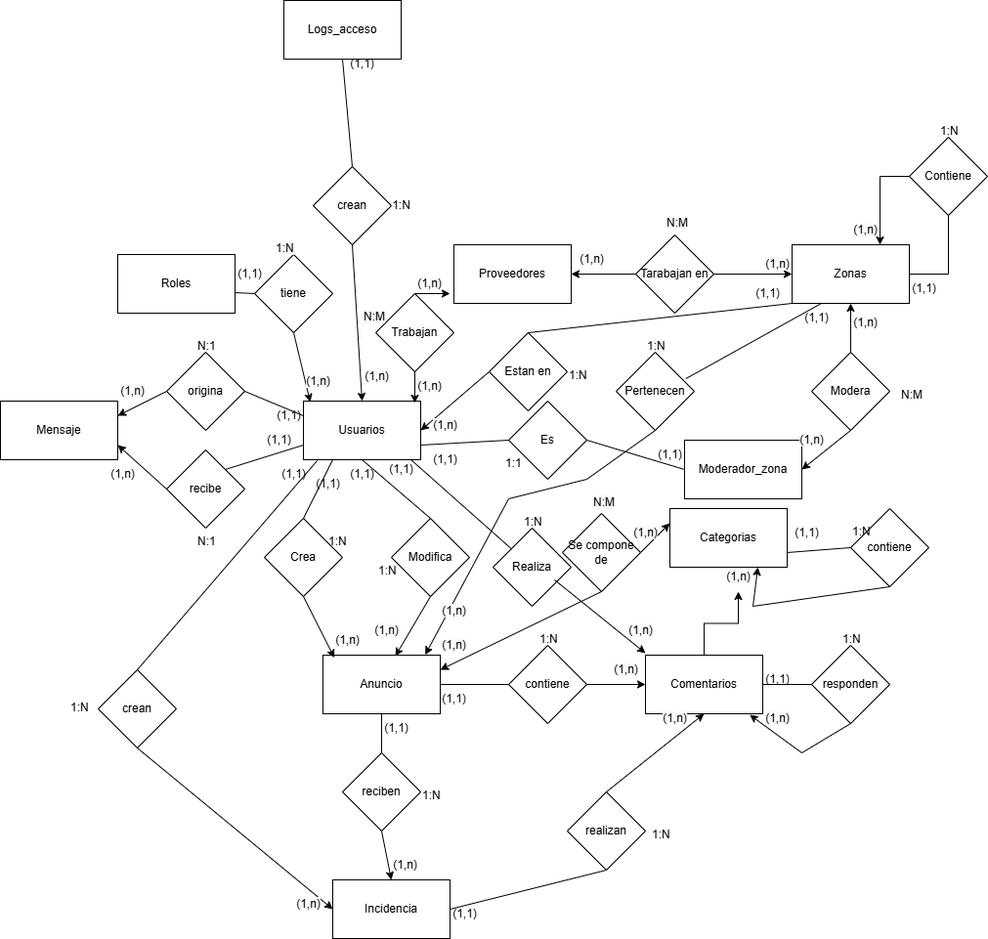
Above: sql/daw_proyectoD.png in EPSZ-DAW2/daw2-2024-25_D_ofertas_y_chollos (draw.io), before the change. Source tidied: cells renumbered, new cells last; positions are measured from the earlier drawing's top-left corner, leaving out a move shared by most shapes.
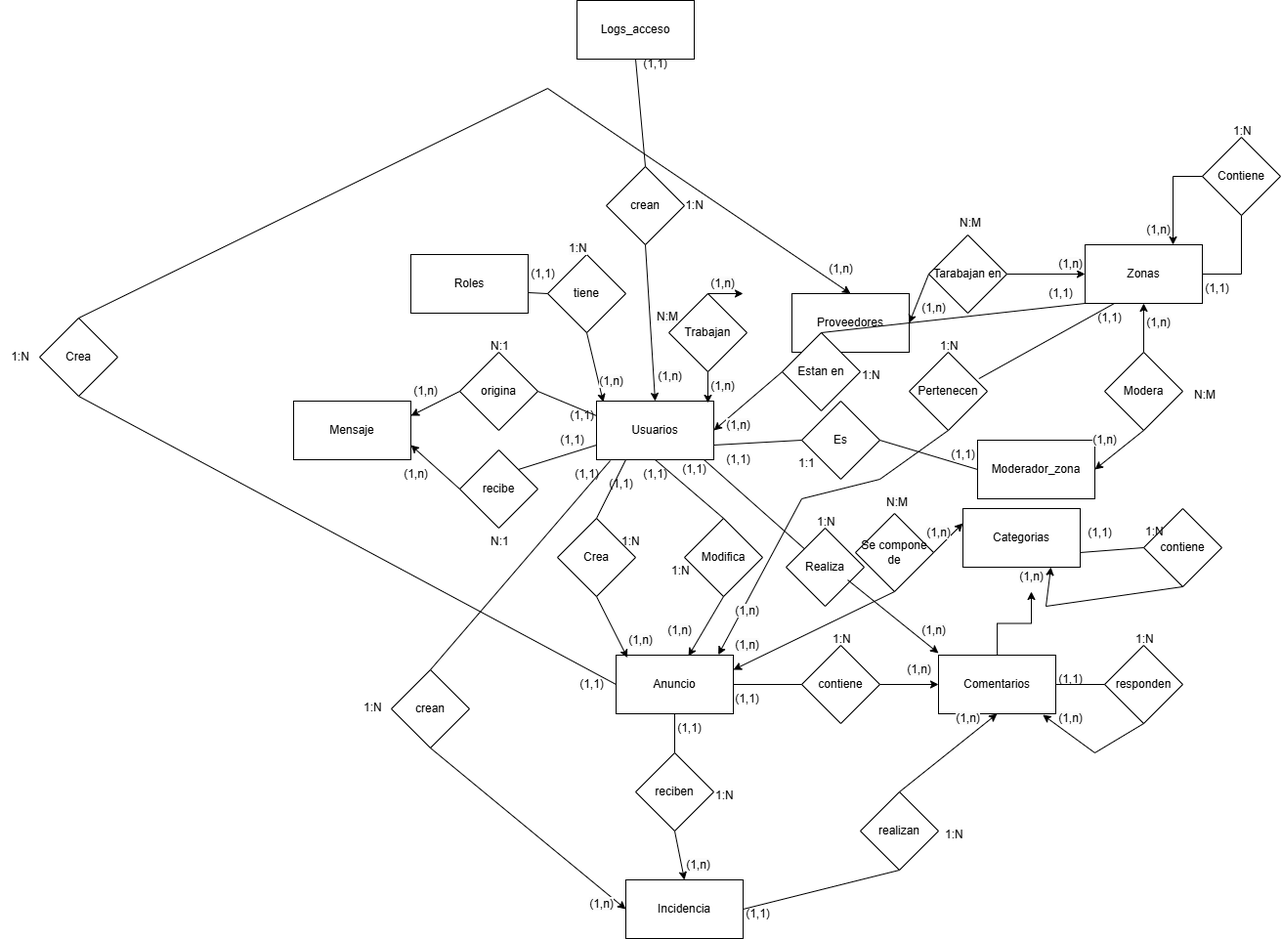
Later version of the same file.

Diff of the diagram source:
```diff
@@ -18,7 +18,7 @@
       <mxGeometry relative="1" as="geometry" />
     </mxCell>
     <mxCell id="7" value="Proveedores" style="rounded=0;whiteSpace=wrap;html=1;" parent="1" vertex="1">
-      <mxGeometry x="464" y="250" width="120" height="60" as="geometry" />
+      <mxGeometry x="510" y="300" width="120" height="60" as="geometry" />
     </mxCell>
     <mxCell id="8" value="Trabajan" style="rhombus;whiteSpace=wrap;html=1;" parent="1" vertex="1">
       <mxGeometry x="384" y="300" width="80" height="80" as="geometry" />
@@ -347,7 +347,7 @@
       <mxGeometry x="300" y="375" width="50" height="30" as="geometry" />
     </mxCell>
     <mxCell id="109" value="&lt;span style=&quot;color: rgb(0, 0, 0); font-family: Helvetica; font-size: 12px; font-style: normal; font-variant-ligatures: normal; font-variant-caps: normal; font-weight: 400; letter-spacing: normal; orphans: 2; text-align: center; text-indent: 0px; text-transform: none; widows: 2; word-spacing: 0px; -webkit-text-stroke-width: 0px; white-space: nowrap; background-color: rgb(251, 251, 251); text-decoration-thickness: initial; text-decoration-style: initial; text-decoration-color: initial; display: inline !important; float: none;&quot;&gt;(1,n)&lt;/span&gt;" style="text;html=1;align=center;verticalAlign=middle;strokeColor=none;fillColor=none;" parent="1" vertex="1">
-      <mxGeometry x="580" y="250" width="50" height="30" as="geometry" />
+      <mxGeometry x="535" y="260" width="50" height="30" as="geometry" />
     </mxCell>
     <mxCell id="110" value="&lt;span style=&quot;color: rgb(0, 0, 0); font-family: Helvetica; font-size: 12px; font-style: normal; font-variant-ligatures: normal; font-variant-caps: normal; font-weight: 400; letter-spacing: normal; orphans: 2; text-align: center; text-indent: 0px; text-transform: none; widows: 2; word-spacing: 0px; -webkit-text-stroke-width: 0px; white-space: nowrap; background-color: rgb(251, 251, 251); text-decoration-thickness: initial; text-decoration-style: initial; text-decoration-color: initial; display: inline !important; float: none;&quot;&gt;(1,n)&lt;/span&gt;" style="text;html=1;align=center;verticalAlign=middle;strokeColor=none;fillColor=none;" parent="1" vertex="1">
       <mxGeometry x="330" y="640" width="50" height="30" as="geometry" />
@@ -439,5 +439,27 @@
     <mxCell id="139" value="&lt;div style=&quot;text-align: center;&quot;&gt;&lt;span style=&quot;text-wrap-mode: nowrap;&quot;&gt;1:N&lt;/span&gt;&lt;/div&gt;" style="text;whiteSpace=wrap;html=1;" parent="1" vertex="1">
       <mxGeometry x="534" y="520" width="50" height="40" as="geometry" />
     </mxCell>
+    <mxCell id="140" value="Crea" style="rhombus;whiteSpace=wrap;html=1;" parent="1" vertex="1">
+      <mxGeometry x="-260" y="325" width="80" height="80" as="geometry" />
+    </mxCell>
+    <mxCell id="141" style="endArrow=none;html=1;rounded=0;entryX=0;entryY=0.5;entryDx=0;entryDy=0;exitX=0.5;exitY=1;exitDx=0;exitDy=0;" parent="1" edge="1" source="140" target="36">
+      <mxGeometry relative="1" as="geometry" />
+    </mxCell>
+    <mxCell id="142" style="endArrow=classic;html=1;rounded=0;exitX=0.5;exitY=0;exitDx=0;exitDy=0;entryX=0.5;entryY=0;entryDx=0;entryDy=0;" parent="1" edge="1" source="140" target="7">
+      <mxGeometry relative="1" as="geometry">
+        <Array as="points">
+          <mxPoint x="260" y="90" />
+        </Array>
+      </mxGeometry>
+    </mxCell>
+    <mxCell id="143" value="&lt;span style=&quot;color: rgb(0, 0, 0); font-family: Helvetica; font-size: 12px; font-style: normal; font-variant-ligatures: normal; font-variant-caps: normal; font-weight: 400; letter-spacing: normal; orphans: 2; text-align: center; text-indent: 0px; text-transform: none; widows: 2; word-spacing: 0px; -webkit-text-stroke-width: 0px; white-space: nowrap; background-color: rgb(251, 251, 251); text-decoration-thickness: initial; text-decoration-style: initial; text-decoration-color: initial; display: inline !important; float: none;&quot;&gt;(1,n)&lt;/span&gt;" style="text;html=1;align=center;verticalAlign=middle;strokeColor=none;fillColor=none;" parent="1" vertex="1">
+      <mxGeometry x="630" y="300" width="50" height="30" as="geometry" />
+    </mxCell>
+    <mxCell id="144" value="1:N" style="text;html=1;align=center;verticalAlign=middle;strokeColor=none;fillColor=none;" parent="1" vertex="1">
+      <mxGeometry x="-300" y="350" width="40" height="30" as="geometry" />
+    </mxCell>
+    <mxCell id="145" value="(1,1)" style="text;html=1;align=center;verticalAlign=middle;strokeColor=none;fillColor=none;" parent="1" vertex="1">
+      <mxGeometry x="280" y="685" width="50" height="30" as="geometry" />
+    </mxCell>
   </root>
 </mxGraphModel>
```
